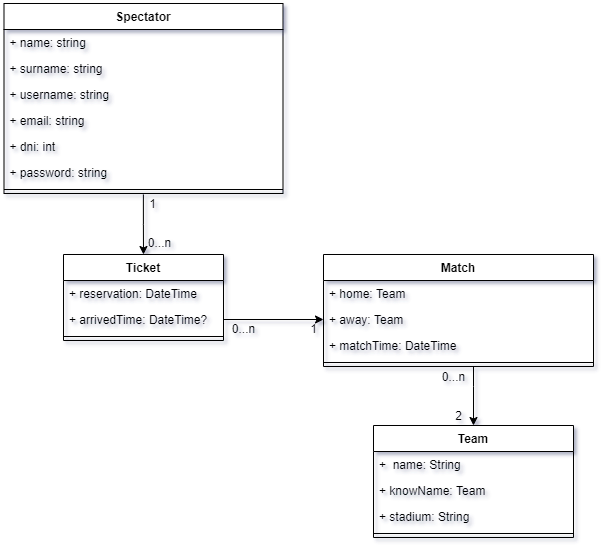
The draw.io diagram imagenes/diagrama_de_objetos.png in FeNixCrew/MiEntradita-doc, before a commit. Source tidied: cells renumbered, new cells last; positions are measured from the earlier drawing's top-left corner, leaving out a move shared by most shapes.
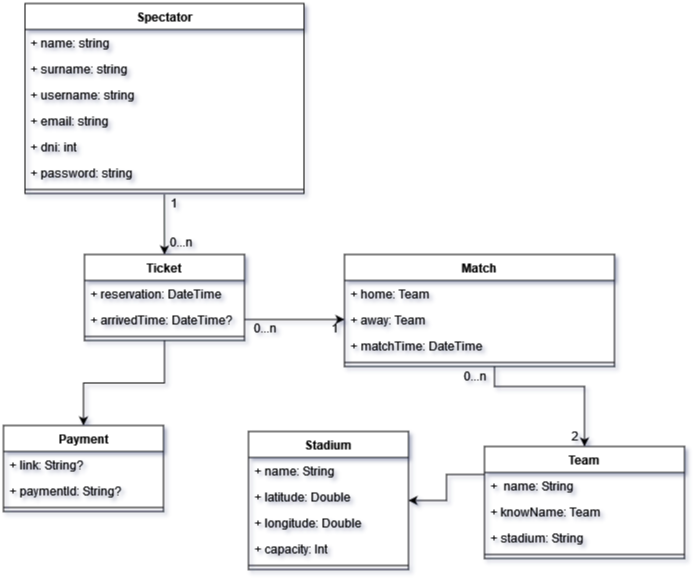
Above is the later version.

Commit message:
:beers: Agregando casos de uso para entrega 4

What changed in the source:
```diff
@@ -52,6 +52,9 @@
     <mxCell id="17" style="line;strokeWidth=1;fillColor=none;align=left;verticalAlign=middle;spacingTop=-1;spacingLeft=3;spacingRight=3;labelPosition=right;" parent="13" vertex="1">
       <mxGeometry y="104" width="270" height="8" as="geometry" />
     </mxCell>
+    <mxCell id="33" style="edgeStyle=orthogonalEdgeStyle;rounded=0;jettySize=auto;html=1;exitX=0.5;exitY=1;exitDx=0;exitDy=0;entryX=0.5;entryY=0;entryDx=0;entryDy=0;" parent="1" edge="1" source="18" target="35">
+      <mxGeometry relative="1" as="geometry" />
+    </mxCell>
     <mxCell id="18" value="Ticket" style="swimlane;fontStyle=1;align=center;verticalAlign=top;horizontal=1;startSize=26;" parent="1" vertex="1">
       <mxGeometry x="60" y="251" width="160" height="86" as="geometry" />
     </mxCell>
@@ -75,8 +78,11 @@
     <mxCell id="24" value="0...n" style="text;html=1;align=center;verticalAlign=middle;strokeColor=none;fillColor=none;" parent="1" vertex="1">
       <mxGeometry x="220" y="315" width="40" height="20" as="geometry" />
     </mxCell>
+    <mxCell id="34" style="edgeStyle=orthogonalEdgeStyle;rounded=0;jettySize=auto;html=1;exitX=0;exitY=0.25;exitDx=0;exitDy=0;" parent="1" edge="1" source="25" target="39">
+      <mxGeometry relative="1" as="geometry" />
+    </mxCell>
     <mxCell id="25" value="Team&#10;" style="swimlane;fontStyle=1;align=center;verticalAlign=top;horizontal=1;startSize=26;" parent="1" vertex="1">
-      <mxGeometry x="370" y="422" width="200" height="112" as="geometry" />
+      <mxGeometry x="460" y="443" width="200" height="112" as="geometry" />
     </mxCell>
     <mxCell id="26" value="+  name: String&#10;" style="text;strokeColor=none;fillColor=none;align=left;verticalAlign=top;spacingLeft=4;spacingRight=4;overflow=hidden;" parent="25" vertex="1">
       <mxGeometry y="26" width="200" height="26" as="geometry" />
@@ -95,15 +101,45 @@
         <mxPoint x="470" y="363" as="sourcePoint" />
         <Array as="points">
           <mxPoint x="470" y="383" />
-          <mxPoint x="470" y="383" />
+          <mxPoint x="560" y="383" />
         </Array>
       </mxGeometry>
     </mxCell>
     <mxCell id="31" value="2" style="text;html=1;align=center;verticalAlign=middle;strokeColor=none;fillColor=none;" parent="1" vertex="1">
-      <mxGeometry x="445" y="402" width="20" height="20" as="geometry" />
+      <mxGeometry x="540" y="423" width="20" height="20" as="geometry" />
     </mxCell>
     <mxCell id="32" value="0...n" style="text;html=1;align=center;verticalAlign=middle;strokeColor=none;fillColor=none;" parent="1" vertex="1">
       <mxGeometry x="430" y="363" width="40" height="20" as="geometry" />
     </mxCell>
+    <mxCell id="35" value="Payment" style="swimlane;fontStyle=1;align=center;verticalAlign=top;horizontal=1;startSize=26;" parent="1" vertex="1">
+      <mxGeometry x="-21" y="422" width="160" height="86" as="geometry" />
+    </mxCell>
+    <mxCell id="36" value="+ link: String?" style="text;strokeColor=none;fillColor=none;align=left;verticalAlign=top;spacingLeft=4;spacingRight=4;overflow=hidden;" parent="35" vertex="1">
+      <mxGeometry y="26" width="160" height="26" as="geometry" />
+    </mxCell>
+    <mxCell id="37" value="+ paymentId: String?" style="text;strokeColor=none;fillColor=none;align=left;verticalAlign=top;spacingLeft=4;spacingRight=4;overflow=hidden;" parent="35" vertex="1">
+      <mxGeometry y="52" width="160" height="26" as="geometry" />
+    </mxCell>
+    <mxCell id="38" style="line;strokeWidth=1;fillColor=none;align=left;verticalAlign=middle;spacingTop=-1;spacingLeft=3;spacingRight=3;labelPosition=right;" parent="35" vertex="1">
+      <mxGeometry y="78" width="160" height="8" as="geometry" />
+    </mxCell>
+    <mxCell id="39" value="Stadium" style="swimlane;fontStyle=1;align=center;verticalAlign=top;horizontal=1;startSize=26;" parent="1" vertex="1">
+      <mxGeometry x="224" y="428" width="160" height="138" as="geometry" />
+    </mxCell>
+    <mxCell id="40" value="+ name: String&#10;" style="text;strokeColor=none;fillColor=none;align=left;verticalAlign=top;spacingLeft=4;spacingRight=4;overflow=hidden;" parent="39" vertex="1">
+      <mxGeometry y="26" width="160" height="26" as="geometry" />
+    </mxCell>
+    <mxCell id="41" value="+ latitude: Double&#10;" style="text;strokeColor=none;fillColor=none;align=left;verticalAlign=top;spacingLeft=4;spacingRight=4;overflow=hidden;" parent="39" vertex="1">
+      <mxGeometry y="52" width="160" height="26" as="geometry" />
+    </mxCell>
+    <mxCell id="42" value="+ longitude: Double&#10;" style="text;strokeColor=none;fillColor=none;align=left;verticalAlign=top;spacingLeft=4;spacingRight=4;overflow=hidden;" parent="39" vertex="1">
+      <mxGeometry y="78" width="160" height="26" as="geometry" />
+    </mxCell>
+    <mxCell id="43" value="+ capacity: Int&#10;" style="text;strokeColor=none;fillColor=none;align=left;verticalAlign=top;spacingLeft=4;spacingRight=4;overflow=hidden;" parent="39" vertex="1">
+      <mxGeometry y="104" width="160" height="26" as="geometry" />
+    </mxCell>
+    <mxCell id="44" style="line;strokeWidth=1;fillColor=none;align=left;verticalAlign=middle;spacingTop=-1;spacingLeft=3;spacingRight=3;labelPosition=right;" parent="39" vertex="1">
+      <mxGeometry y="130" width="160" height="8" as="geometry" />
+    </mxCell>
   </root>
 </mxGraphModel>
```
